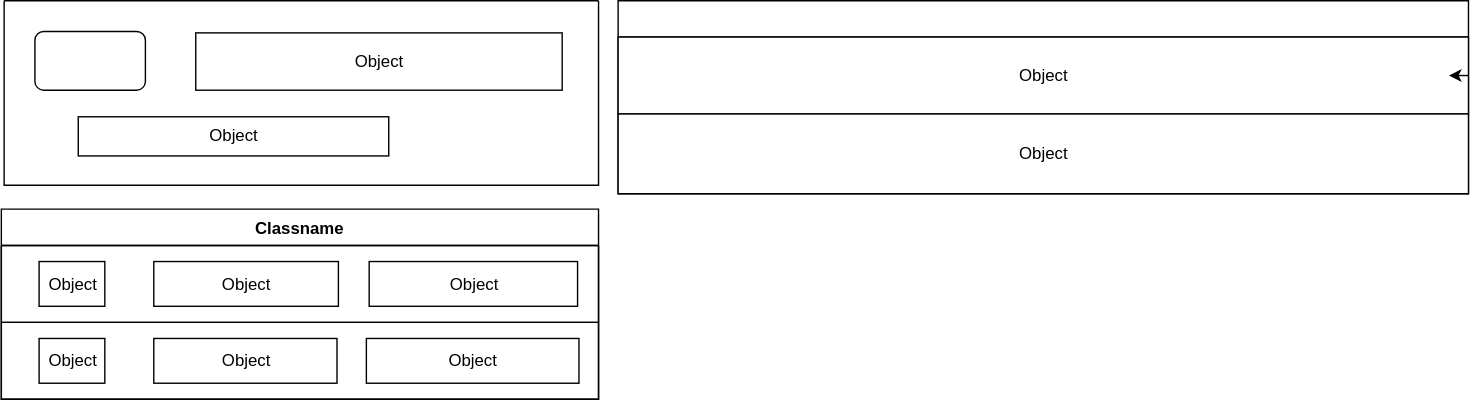
Above: src/resources/wireframes.drawio.svg in simik394/1note-organizer (draw.io), before the change. Source tidied: cells renumbered, new cells last; positions are measured from the earlier drawing's top-left corner, leaving out a move shared by most shapes.
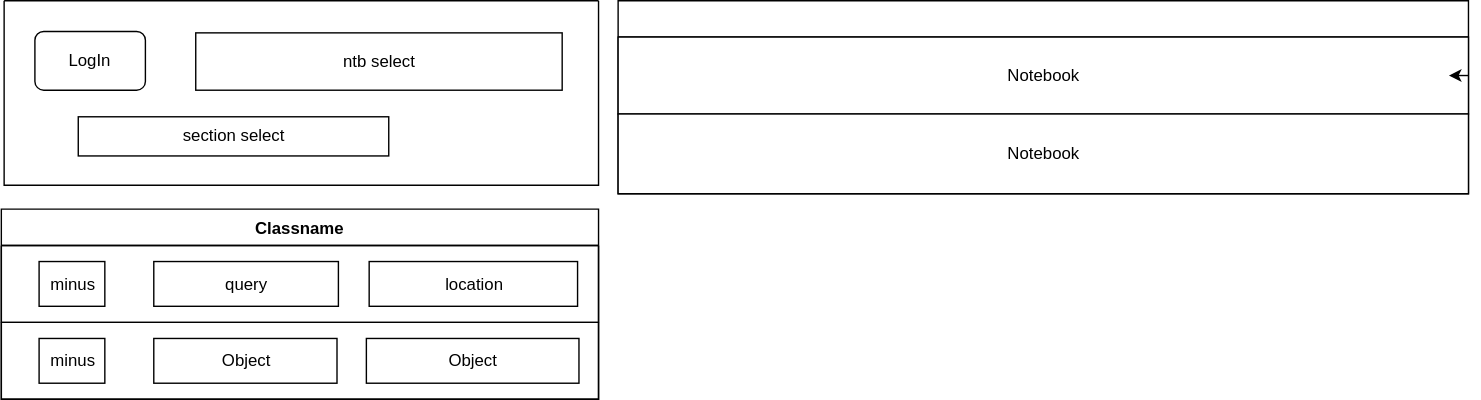
After the change.

The edit, as a diff of the source:
```diff
@@ -5,22 +5,22 @@
     <mxCell id="2" style="swimlane;startSize=0;" parent="1" vertex="1">
       <mxGeometry x="2" width="425" height="132" as="geometry" />
     </mxCell>
-    <mxCell id="3" value="Object" style="html=1;" parent="2" vertex="1">
+    <mxCell id="3" value="section select" style="html=1;" parent="2" vertex="1">
       <mxGeometry x="53" y="83" width="222" height="28" as="geometry" />
     </mxCell>
-    <mxCell id="4" value="Object" style="html=1;" parent="2" vertex="1">
+    <mxCell id="4" value="ntb select" style="html=1;" parent="2" vertex="1">
       <mxGeometry x="137" y="23" width="262" height="41" as="geometry" />
     </mxCell>
-    <mxCell id="5" style="rounded=1;whiteSpace=wrap;html=1;" parent="2" vertex="1">
+    <mxCell id="5" value="LogIn" style="rounded=1;whiteSpace=wrap;html=1;" parent="2" vertex="1">
       <mxGeometry x="22" y="22" width="79" height="42" as="geometry" />
     </mxCell>
     <mxCell id="6" style="swimlane;fontStyle=1;align=center;verticalAlign=top;horizontal=1;startSize=26;" parent="1" vertex="1">
       <mxGeometry x="441" width="608" height="138" as="geometry" />
     </mxCell>
-    <mxCell id="7" value="Object" style="html=1;" parent="6" vertex="1">
+    <mxCell id="7" value="Notebook" style="html=1;" parent="6" vertex="1">
       <mxGeometry y="26" width="608" height="55" as="geometry" />
     </mxCell>
-    <mxCell id="8" value="Object" style="html=1;" parent="6" vertex="1">
+    <mxCell id="8" value="Notebook" style="html=1;" parent="6" vertex="1">
       <mxGeometry y="81" width="608" height="57" as="geometry" />
     </mxCell>
     <mxCell id="9" style="edgeStyle=orthogonalEdgeStyle;rounded=0;orthogonalLoop=1;jettySize=auto;html=1;exitX=1;exitY=0.5;exitDx=0;exitDy=0;entryX=0.977;entryY=0.509;entryDx=0;entryDy=0;entryPerimeter=0;" parent="6" edge="1" source="7" target="7">
@@ -32,19 +32,19 @@
     <mxCell id="11" style="swimlane;startSize=0;" parent="10" vertex="1">
       <mxGeometry y="26" width="427" height="55" as="geometry" />
     </mxCell>
-    <mxCell id="12" value="Object" style="html=1;" parent="11" vertex="1">
+    <mxCell id="12" value="minus" style="html=1;" parent="11" vertex="1">
       <mxGeometry x="27" y="11.5" width="47" height="32" as="geometry" />
     </mxCell>
-    <mxCell id="13" value="Object" style="html=1;" parent="11" vertex="1">
+    <mxCell id="13" value="query" style="html=1;" parent="11" vertex="1">
       <mxGeometry x="109" y="11.5" width="132" height="32" as="geometry" />
     </mxCell>
-    <mxCell id="14" value="Object" style="html=1;" parent="11" vertex="1">
+    <mxCell id="14" value="location" style="html=1;" parent="11" vertex="1">
       <mxGeometry x="263" y="11.5" width="149" height="32" as="geometry" />
     </mxCell>
     <mxCell id="15" style="swimlane;startSize=0;" parent="10" vertex="1">
       <mxGeometry y="81" width="427" height="55" as="geometry" />
     </mxCell>
-    <mxCell id="16" value="Object" style="html=1;" parent="15" vertex="1">
+    <mxCell id="16" value="minus" style="html=1;" parent="15" vertex="1">
       <mxGeometry x="27" y="11.5" width="47" height="32" as="geometry" />
     </mxCell>
     <mxCell id="17" value="Object" style="html=1;" parent="15" vertex="1">
```
